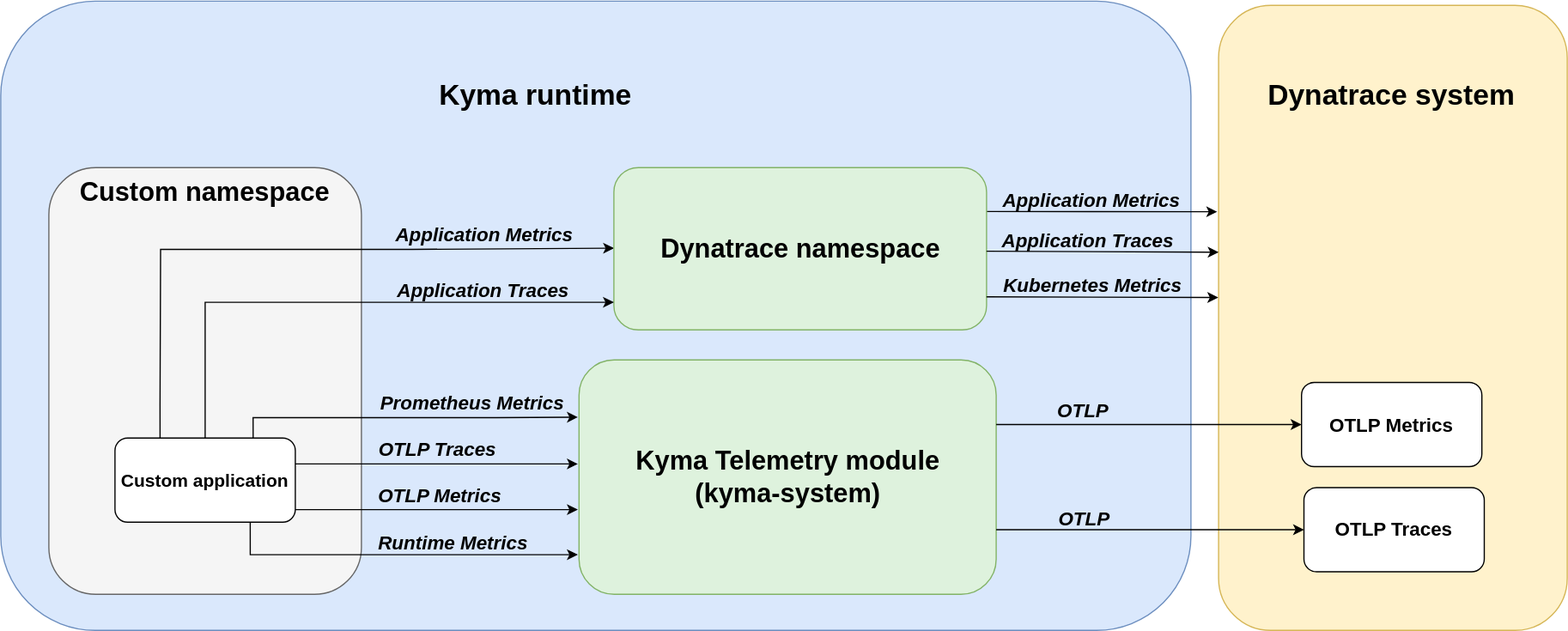
Earlier version of the draw.io export docs/user/assets/dynatrace-integration-diagram.svg (kyma-project/telemetry-manager). Source tidied: cells renumbered, new cells last; positions are measured from the earlier drawing's top-left corner, leaving out a move shared by most shapes.
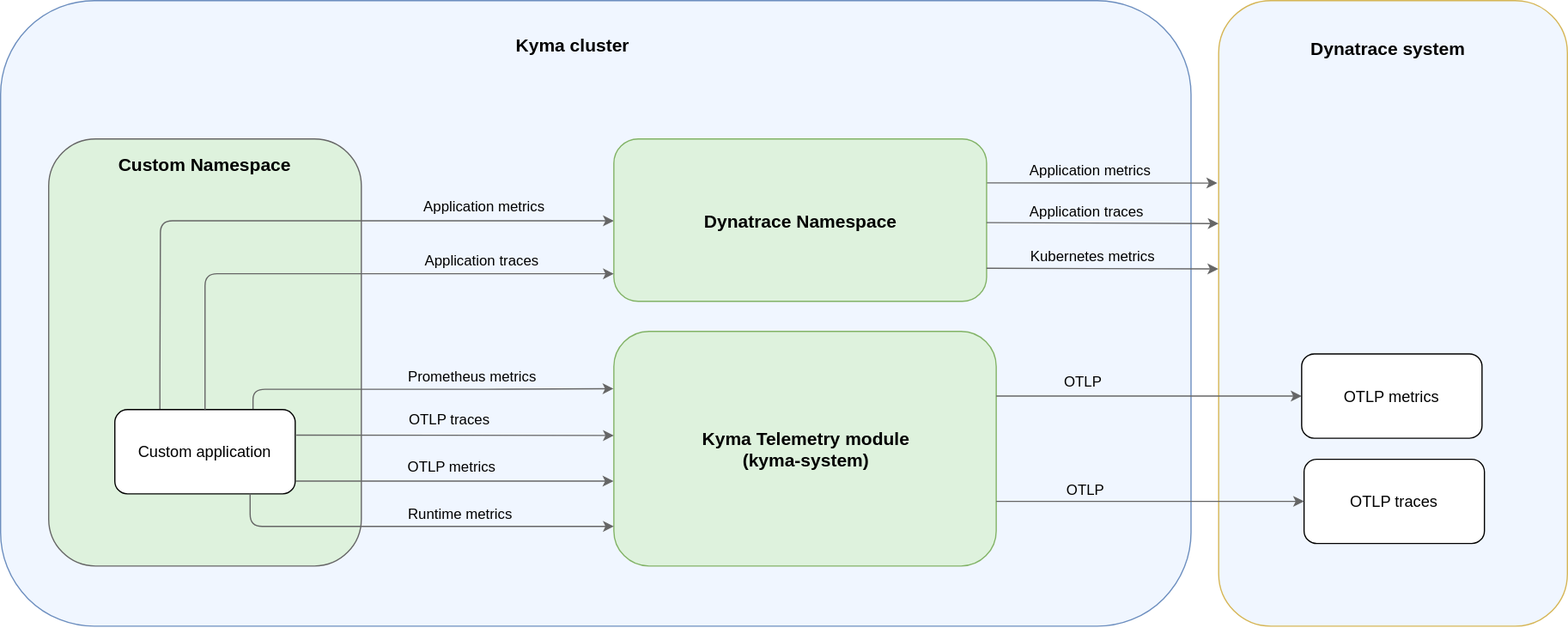
The same file after the commit.

Diff of the diagram source:
```diff
@@ -1,136 +1,132 @@
-<mxGraphModel>
+<mxGraphModel background="#FFFFFF">
   <root>
     <mxCell id="0" />
     <mxCell id="1" parent="0" />
-    <mxCell id="2" style="rounded=1;whiteSpace=wrap;html=1;fillColor=#dae8fc;strokeColor=#6c8ebf;" parent="1" vertex="1">
-      <mxGeometry y="0.5" width="990" height="523.5" as="geometry" />
+    <mxCell id="2" style="rounded=1;whiteSpace=wrap;html=1;fillColor=#F0F6FF;strokeColor=#6c8ebf;" parent="1" vertex="1">
+      <mxGeometry y="24" width="990" height="520" as="geometry" />
     </mxCell>
-    <mxCell id="3" style="rounded=1;whiteSpace=wrap;html=1;fillColor=#f5f5f5;fontColor=#333333;strokeColor=#666666;" parent="1" vertex="1">
+    <mxCell id="3" style="rounded=1;whiteSpace=wrap;html=1;fillColor=#DEF2DD;fontColor=#333333;strokeColor=#666666;" parent="1" vertex="1">
       <mxGeometry x="40" y="139" width="260" height="355" as="geometry" />
     </mxCell>
     <mxCell id="4" style="rounded=1;whiteSpace=wrap;html=1;fillColor=#DEF2DD;strokeColor=#82b366;" parent="1" vertex="1">
-      <mxGeometry x="481" y="299" width="347" height="195" as="geometry" />
+      <mxGeometry x="510" y="299" width="318" height="195" as="geometry" />
     </mxCell>
-    <mxCell id="5" style="rounded=1;whiteSpace=wrap;html=1;fillColor=#fff2cc;strokeColor=#d6b656;" parent="1" vertex="1">
-      <mxGeometry x="1013" y="4" width="290" height="520" as="geometry" />
+    <mxCell id="5" style="rounded=1;whiteSpace=wrap;html=1;fillColor=#F0F6FF;strokeColor=#d6b656;" parent="1" vertex="1">
+      <mxGeometry x="1013" y="24" width="290" height="520" as="geometry" />
     </mxCell>
-    <mxCell id="6" value="Dynatrace system" style="text;html=1;strokeColor=none;fillColor=none;align=center;verticalAlign=middle;whiteSpace=wrap;rounded=0;fontStyle=1;fontSize=24;" parent="1" vertex="1">
-      <mxGeometry x="1016" y="39" width="282" height="80" as="geometry" />
+    <mxCell id="6" value="Dynatrace system" style="text;html=1;strokeColor=none;fillColor=none;align=center;verticalAlign=middle;whiteSpace=wrap;rounded=0;fontStyle=1;fontSize=15;" parent="1" vertex="1">
+      <mxGeometry x="1013" y="24" width="282" height="80" as="geometry" />
     </mxCell>
-    <mxCell id="7" value="Kyma runtime" style="text;html=1;strokeColor=none;fillColor=none;align=center;verticalAlign=middle;whiteSpace=wrap;rounded=0;fontStyle=1;fontSize=24;" parent="1" vertex="1">
-      <mxGeometry x="360" y="64" width="170" height="30" as="geometry" />
+    <mxCell id="7" value="&lt;font style=&quot;font-size: 15px;&quot;&gt;Kyma cluster&lt;/font&gt;" style="text;html=1;strokeColor=none;fillColor=none;align=center;verticalAlign=middle;whiteSpace=wrap;rounded=0;fontStyle=1;fontSize=24;" parent="1" vertex="1">
+      <mxGeometry x="391" y="44" width="170" height="30" as="geometry" />
     </mxCell>
-    <mxCell id="8" value="Custom namespace" style="text;html=1;strokeColor=none;fillColor=none;align=center;verticalAlign=middle;whiteSpace=wrap;rounded=0;fontStyle=1;fontSize=22;" parent="1" vertex="1">
+    <mxCell id="8" value="Custom Namespace" style="text;html=1;strokeColor=none;fillColor=none;align=center;verticalAlign=middle;whiteSpace=wrap;rounded=0;fontStyle=1;fontSize=15;" parent="1" vertex="1">
       <mxGeometry x="50" y="145" width="240" height="30" as="geometry" />
     </mxCell>
-    <mxCell id="9" style="edgeStyle=none;rounded=0;jettySize=auto;html=1;exitX=1;exitY=0.5;exitDx=0;exitDy=0;entryX=0;entryY=0.5;entryDx=0;entryDy=0;" parent="1" edge="1" target="11">
+    <mxCell id="9" style="edgeStyle=none;rounded=0;jettySize=auto;html=1;exitX=1;exitY=0.5;exitDx=0;exitDy=0;entryX=0;entryY=0.5;entryDx=0;entryDy=0;strokeColor=#666666;" parent="1" edge="1" target="11">
       <mxGeometry relative="1" as="geometry">
         <mxPoint x="828" y="352.8" as="sourcePoint" />
       </mxGeometry>
     </mxCell>
-    <mxCell id="10" value="Kyma Telemetry module &lt;br&gt;(kyma-system)" style="text;html=1;strokeColor=none;fillColor=none;align=center;verticalAlign=middle;whiteSpace=wrap;rounded=0;fontStyle=1;fontSize=22;" parent="1" vertex="1">
-      <mxGeometry x="490" y="381.5" width="330" height="30" as="geometry" />
+    <mxCell id="10" value="Kyma Telemetry module &lt;br style=&quot;font-size: 15px;&quot;&gt;(kyma-system)" style="text;html=1;strokeColor=none;fillColor=none;align=center;verticalAlign=middle;whiteSpace=wrap;rounded=0;fontStyle=1;fontSize=15;" parent="1" vertex="1">
+      <mxGeometry x="520" y="381.5" width="300" height="30" as="geometry" />
     </mxCell>
-    <mxCell id="11" value="OTLP Metrics" style="rounded=1;whiteSpace=wrap;html=1;fontSize=16;fontStyle=1;" parent="1" vertex="1">
+    <mxCell id="11" value="OTLP metrics" style="rounded=1;whiteSpace=wrap;html=1;fontSize=13;fontStyle=0;" parent="1" vertex="1">
       <mxGeometry x="1082" y="317.8" width="150" height="70" as="geometry" />
     </mxCell>
-    <mxCell id="12" value="OTLP Traces" style="rounded=1;whiteSpace=wrap;html=1;fontSize=16;fontStyle=1;" parent="1" vertex="1">
+    <mxCell id="12" value="OTLP traces" style="rounded=1;whiteSpace=wrap;html=1;fontSize=13;fontStyle=0;" parent="1" vertex="1">
       <mxGeometry x="1084" y="405.2" width="150" height="70" as="geometry" />
     </mxCell>
-    <mxCell id="13" style="edgeStyle=orthogonalEdgeStyle;rounded=0;jettySize=auto;html=1;exitX=0.25;exitY=0;exitDx=0;exitDy=0;entryX=-0.006;entryY=0.696;entryDx=0;entryDy=0;entryPerimeter=0;" parent="1" edge="1" source="20">
+    <mxCell id="13" style="edgeStyle=orthogonalEdgeStyle;rounded=1;jettySize=auto;html=1;exitX=0.25;exitY=0;exitDx=0;exitDy=0;entryX=0;entryY=0.5;entryDx=0;entryDy=0;strokeColor=#666666;" parent="1" edge="1" source="20" target="23">
       <mxGeometry relative="1" as="geometry">
-        <mxPoint x="510.1" y="206" as="targetPoint" />
         <Array as="points">
           <mxPoint x="133" y="337" />
           <mxPoint x="133" y="337" />
           <mxPoint x="133" y="207" />
-          <mxPoint x="342" y="207" />
+          <mxPoint x="510" y="207" />
         </Array>
       </mxGeometry>
     </mxCell>
-    <mxCell id="14" value="Application Metrics" style="edgeLabel;html=1;align=center;verticalAlign=middle;fontStyle=3;fontSize=16;labelBackgroundColor=none;" parent="13" vertex="1">
+    <mxCell id="14" value="Application metrics" style="edgeLabel;html=1;align=center;verticalAlign=middle;fontStyle=0;fontSize=12;labelBackgroundColor=none;" parent="13" vertex="1">
       <mxGeometry x="0.43" y="3" relative="1" as="geometry">
         <mxPoint x="42" y="-9" as="offset" />
       </mxGeometry>
     </mxCell>
-    <mxCell id="15" style="edgeStyle=none;rounded=0;orthogonalLoop=1;jettySize=auto;html=1;exitX=1;exitY=0.25;exitDx=0;exitDy=0;entryX=0;entryY=0.25;entryDx=0;entryDy=0;" parent="1" edge="1">
+    <mxCell id="15" style="edgeStyle=none;rounded=1;jettySize=auto;html=1;exitX=1.006;exitY=0.302;exitDx=0;exitDy=0;entryX=0;entryY=0.25;entryDx=0;entryDy=0;strokeColor=#666666;exitPerimeter=0;" parent="1" edge="1" source="20">
       <mxGeometry relative="1" as="geometry">
-        <mxPoint x="245" y="385.5" as="sourcePoint" />
-        <mxPoint x="480" y="385.5" as="targetPoint" />
+        <mxPoint x="510" y="385.5" as="targetPoint" />
       </mxGeometry>
     </mxCell>
-    <mxCell id="16" value="OTLP Traces" style="edgeLabel;html=1;align=center;verticalAlign=middle;labelBackgroundColor=none;fontStyle=3;fontSize=16;" parent="15" vertex="1">
+    <mxCell id="16" value="OTLP traces" style="edgeLabel;html=1;align=center;verticalAlign=middle;labelBackgroundColor=none;fontStyle=0;fontSize=12;" parent="15" vertex="1">
       <mxGeometry x="-0.29" y="2" relative="1" as="geometry">
-        <mxPoint x="34" y="-11" as="offset" />
+        <mxPoint x="32" y="-11" as="offset" />
       </mxGeometry>
     </mxCell>
-    <mxCell id="17" style="edgeStyle=none;rounded=0;orthogonalLoop=1;jettySize=auto;html=1;exitX=1;exitY=0.75;exitDx=0;exitDy=0;entryX=0;entryY=0.75;entryDx=0;entryDy=0;" parent="1" edge="1">
-      <mxGeometry relative="1" as="geometry">
-        <mxPoint x="245" y="423.5" as="sourcePoint" />
-        <mxPoint x="480" y="423.5" as="targetPoint" />
-      </mxGeometry>
+    <mxCell id="17" style="edgeStyle=none;rounded=1;jettySize=auto;html=1;exitX=1.004;exitY=0.849;exitDx=0;exitDy=0;entryX=-0.001;entryY=0.638;entryDx=0;entryDy=0;strokeColor=#666666;entryPerimeter=0;exitPerimeter=0;" parent="1" edge="1" source="20" target="4">
+      <mxGeometry relative="1" as="geometry" />
     </mxCell>
-    <mxCell id="18" value="OTLP Metrics" style="edgeLabel;html=1;align=center;verticalAlign=middle;fontSize=16;fontStyle=3;labelBackgroundColor=none;" parent="17" vertex="1">
+    <mxCell id="18" value="OTLP metrics" style="edgeLabel;html=1;align=center;verticalAlign=middle;fontSize=12;fontStyle=0;labelBackgroundColor=none;" parent="17" vertex="1">
       <mxGeometry x="-0.1" y="2" relative="1" as="geometry">
-        <mxPoint x="14" y="-10" as="offset" />
+        <mxPoint x="10" y="-10" as="offset" />
       </mxGeometry>
     </mxCell>
-    <mxCell id="19" style="edgeStyle=orthogonalEdgeStyle;rounded=0;orthogonalLoop=1;jettySize=auto;html=1;exitX=0.75;exitY=0;exitDx=0;exitDy=0;entryX=-0.007;entryY=0.244;entryDx=0;entryDy=0;entryPerimeter=0;" parent="1" edge="1">
+    <mxCell id="19" style="edgeStyle=orthogonalEdgeStyle;rounded=1;jettySize=auto;html=1;exitX=0.75;exitY=0;exitDx=0;exitDy=0;entryX=-0.001;entryY=0.244;entryDx=0;entryDy=0;entryPerimeter=0;strokeColor=#666666;" parent="1" edge="1" target="4">
       <mxGeometry relative="1" as="geometry">
         <mxPoint x="209.9" y="364" as="sourcePoint" />
-        <mxPoint x="480" y="346.6" as="targetPoint" />
         <Array as="points">
           <mxPoint x="210" y="347" />
           <mxPoint x="412" y="347" />
         </Array>
       </mxGeometry>
     </mxCell>
-    <mxCell id="20" value="Custom application" style="rounded=1;whiteSpace=wrap;html=1;fontSize=15;fontStyle=1;" parent="1" vertex="1">
+    <mxCell id="20" value="Custom application" style="rounded=1;whiteSpace=wrap;html=1;fontSize=13;fontStyle=0;" parent="1" vertex="1">
       <mxGeometry x="95" y="364" width="150" height="70" as="geometry" />
     </mxCell>
-    <mxCell id="21" style="rounded=0;orthogonalLoop=1;jettySize=auto;html=1;exitX=1;exitY=0.5;exitDx=0;exitDy=0;entryX=-0.004;entryY=0.317;entryDx=0;entryDy=0;entryPerimeter=0;" parent="1" edge="1">
+    <mxCell id="21" style="rounded=0;orthogonalLoop=1;jettySize=auto;html=1;exitX=1;exitY=0.5;exitDx=0;exitDy=0;entryX=-0.004;entryY=0.317;entryDx=0;entryDy=0;entryPerimeter=0;strokeColor=#666666;" parent="1" edge="1">
       <mxGeometry relative="1" as="geometry">
         <mxPoint x="820" y="175.5" as="sourcePoint" />
         <mxPoint x="1011.8" y="175.7" as="targetPoint" />
       </mxGeometry>
     </mxCell>
-    <mxCell id="22" value="Application Metrics" style="edgeLabel;html=1;align=center;verticalAlign=middle;fontStyle=3;labelBackgroundColor=none;fontSize=16;" parent="21" vertex="1">
+    <mxCell id="22" value="Application metrics" style="edgeLabel;html=1;align=center;verticalAlign=middle;fontStyle=0;labelBackgroundColor=none;fontSize=12;" parent="21" vertex="1">
       <mxGeometry x="0.22" y="2" relative="1" as="geometry">
-        <mxPoint x="-30" y="-8" as="offset" />
+        <mxPoint x="-31" y="-8" as="offset" />
       </mxGeometry>
     </mxCell>
     <mxCell id="23" style="rounded=1;whiteSpace=wrap;html=1;fillColor=#DEF2DD;strokeColor=#82b366;" parent="1" vertex="1">
       <mxGeometry x="510" y="139" width="310" height="135" as="geometry" />
     </mxCell>
-    <mxCell id="24" value="Dynatrace namespace" style="text;html=1;strokeColor=none;fillColor=none;align=center;verticalAlign=middle;whiteSpace=wrap;rounded=0;fontStyle=1;fontSize=22;" parent="1" vertex="1">
+    <mxCell id="24" value="Dynatrace Namespace" style="text;html=1;strokeColor=none;fillColor=none;align=center;verticalAlign=middle;whiteSpace=wrap;rounded=0;fontStyle=1;fontSize=15;" parent="1" vertex="1">
       <mxGeometry x="519.5" y="191.5" width="291" height="30" as="geometry" />
     </mxCell>
-    <mxCell id="25" value="&lt;font style=&quot;font-size: 16px;&quot;&gt;OTLP&lt;/font&gt;" style="edgeLabel;html=1;align=center;verticalAlign=middle;fontStyle=3;labelBackgroundColor=none;fontSize=14;" parent="1" vertex="1">
+    <mxCell id="25" value="&lt;font style=&quot;font-size: 12px;&quot;&gt;OTLP&lt;/font&gt;" style="edgeLabel;html=1;align=center;verticalAlign=middle;fontStyle=0;labelBackgroundColor=none;fontSize=12;" parent="1" vertex="1">
       <mxGeometry x="890" y="338" as="geometry">
         <mxPoint x="9" y="2" as="offset" />
       </mxGeometry>
     </mxCell>
-    <mxCell id="26" value="&lt;font style=&quot;font-size: 16px;&quot;&gt;OTLP&lt;/font&gt;" style="edgeLabel;html=1;align=center;verticalAlign=middle;fontStyle=3;labelBackgroundColor=none;fontSize=14;" parent="1" vertex="1">
-      <mxGeometry x="900" y="430" as="geometry" />
+    <mxCell id="26" value="&lt;font style=&quot;font-size: 12px;&quot;&gt;OTLP&lt;/font&gt;" style="edgeLabel;html=1;align=center;verticalAlign=middle;fontStyle=0;labelBackgroundColor=none;fontSize=12;" parent="1" vertex="1">
+      <mxGeometry x="899" y="430" as="geometry">
+        <mxPoint x="2" as="offset" />
+      </mxGeometry>
     </mxCell>
-    <mxCell id="27" style="endArrow=classic;html=1;rounded=0;entryX=0;entryY=0.75;entryDx=0;entryDy=0;edgeStyle=orthogonalEdgeStyle;exitX=0.75;exitY=1;exitDx=0;exitDy=0;" parent="1" edge="1" source="20">
+    <mxCell id="27" style="endArrow=classic;html=1;rounded=1;edgeStyle=orthogonalEdgeStyle;exitX=0.75;exitY=1;exitDx=0;exitDy=0;strokeColor=#666666;" parent="1" edge="1" source="20">
       <mxGeometry relative="1" as="geometry">
-        <mxPoint x="480" y="461.3" as="targetPoint" />
+        <mxPoint x="510" y="461" as="targetPoint" />
         <Array as="points">
           <mxPoint x="208" y="461" />
-          <mxPoint x="480" y="461" />
+          <mxPoint x="490" y="461" />
         </Array>
       </mxGeometry>
     </mxCell>
-    <mxCell id="28" value="Runtime Metrics" style="edgeLabel;html=1;align=center;verticalAlign=middle;fontStyle=3;fontSize=16;labelBackgroundColor=none;" parent="27" vertex="1">
+    <mxCell id="28" value="Runtime metrics" style="edgeLabel;html=1;align=center;verticalAlign=middle;fontStyle=0;fontSize=12;labelBackgroundColor=none;" parent="27" vertex="1">
       <mxGeometry x="0.17" relative="1" as="geometry">
-        <mxPoint x="20" y="-11" as="offset" />
+        <mxPoint x="8" y="-11" as="offset" />
       </mxGeometry>
     </mxCell>
-    <mxCell id="29" value="Prometheus Metrics" style="edgeLabel;html=1;align=center;verticalAlign=middle;fontSize=16;fontStyle=3;labelBackgroundColor=none;" parent="1" vertex="1">
+    <mxCell id="29" value="&lt;span style=&quot;font-weight: normal; font-style: normal;&quot;&gt;&lt;font style=&quot;font-size: 12px;&quot;&gt;Prometheus metrics&lt;/font&gt;&lt;/span&gt;" style="edgeLabel;html=1;align=center;verticalAlign=middle;fontSize=16;fontStyle=3;labelBackgroundColor=none;" parent="1" vertex="1">
       <mxGeometry x="391" y="334" as="geometry" />
     </mxCell>
-    <mxCell id="30" style="edgeStyle=orthogonalEdgeStyle;rounded=0;jettySize=auto;html=1;exitX=0.5;exitY=0;exitDx=0;exitDy=0;entryX=-0.006;entryY=0.696;entryDx=0;entryDy=0;entryPerimeter=0;" parent="1" edge="1" source="20">
+    <mxCell id="30" style="edgeStyle=orthogonalEdgeStyle;rounded=1;jettySize=auto;html=1;exitX=0.5;exitY=0;exitDx=0;exitDy=0;entryX=-0.006;entryY=0.696;entryDx=0;entryDy=0;entryPerimeter=0;strokeColor=#666666;" parent="1" edge="1" source="20">
       <mxGeometry relative="1" as="geometry">
         <mxPoint x="510" y="250" as="targetPoint" />
         <Array as="points">
@@ -139,34 +135,34 @@
         </Array>
       </mxGeometry>
     </mxCell>
-    <mxCell id="31" value="Application Traces" style="edgeLabel;html=1;align=center;verticalAlign=middle;fontStyle=3;fontSize=16;labelBackgroundColor=none;" parent="30" vertex="1">
+    <mxCell id="31" value="Application traces" style="edgeLabel;html=1;align=center;verticalAlign=middle;fontStyle=0;fontSize=12;labelBackgroundColor=none;" parent="30" vertex="1">
       <mxGeometry x="0.43" y="3" relative="1" as="geometry">
-        <mxPoint x="18" y="-8" as="offset" />
+        <mxPoint x="16" y="-8" as="offset" />
       </mxGeometry>
     </mxCell>
-    <mxCell id="32" style="rounded=0;orthogonalLoop=1;jettySize=auto;html=1;exitX=1;exitY=0.5;exitDx=0;exitDy=0;entryX=-0.001;entryY=0.457;entryDx=0;entryDy=0;entryPerimeter=0;" parent="1" edge="1">
+    <mxCell id="32" style="rounded=0;orthogonalLoop=1;jettySize=auto;html=1;exitX=1;exitY=0.5;exitDx=0;exitDy=0;entryX=-0.001;entryY=0.457;entryDx=0;entryDy=0;entryPerimeter=0;strokeColor=#666666;" parent="1" edge="1">
       <mxGeometry relative="1" as="geometry">
         <mxPoint x="820" y="246.5" as="sourcePoint" />
         <mxPoint x="1012.7" y="247.1" as="targetPoint" />
       </mxGeometry>
     </mxCell>
-    <mxCell id="33" value="Kubernetes Metrics" style="edgeLabel;html=1;align=center;verticalAlign=middle;fontSize=16;fontStyle=3;labelBackgroundColor=none;" parent="32" vertex="1">
+    <mxCell id="33" value="Kubernetes metrics" style="edgeLabel;html=1;align=center;verticalAlign=middle;fontSize=12;fontStyle=0;labelBackgroundColor=none;" parent="32" vertex="1">
       <mxGeometry x="0.22" y="2" relative="1" as="geometry">
         <mxPoint x="-30" y="-8" as="offset" />
       </mxGeometry>
     </mxCell>
-    <mxCell id="34" style="rounded=0;orthogonalLoop=1;jettySize=auto;html=1;exitX=1;exitY=0.5;exitDx=0;exitDy=0;entryX=0;entryY=0.383;entryDx=0;entryDy=0;entryPerimeter=0;" parent="1" edge="1">
+    <mxCell id="34" style="rounded=0;orthogonalLoop=1;jettySize=auto;html=1;exitX=1;exitY=0.5;exitDx=0;exitDy=0;entryX=0;entryY=0.383;entryDx=0;entryDy=0;entryPerimeter=0;strokeColor=#666666;" parent="1" edge="1">
       <mxGeometry relative="1" as="geometry">
         <mxPoint x="820" y="208.5" as="sourcePoint" />
         <mxPoint x="1013" y="209.3" as="targetPoint" />
       </mxGeometry>
     </mxCell>
-    <mxCell id="35" value="Application Traces" style="edgeLabel;html=1;align=center;verticalAlign=middle;fontStyle=3;labelBackgroundColor=none;fontSize=16;" parent="34" vertex="1">
+    <mxCell id="35" value="Application traces" style="edgeLabel;html=1;align=center;verticalAlign=middle;fontStyle=0;labelBackgroundColor=none;fontSize=12;" parent="34" vertex="1">
       <mxGeometry x="0.22" y="2" relative="1" as="geometry">
-        <mxPoint x="-34" y="-8" as="offset" />
+        <mxPoint x="-35" y="-8" as="offset" />
       </mxGeometry>
     </mxCell>
-    <mxCell id="36" style="edgeStyle=none;rounded=0;jettySize=auto;html=1;exitX=1;exitY=0.5;exitDx=0;exitDy=0;entryX=0;entryY=0.5;entryDx=0;entryDy=0;" parent="1" edge="1" target="12">
+    <mxCell id="36" style="edgeStyle=none;rounded=0;jettySize=auto;html=1;exitX=1;exitY=0.5;exitDx=0;exitDy=0;entryX=0;entryY=0.5;entryDx=0;entryDy=0;strokeColor=#666666;" parent="1" edge="1" target="12">
       <mxGeometry relative="1" as="geometry">
         <mxPoint x="828" y="440.2" as="sourcePoint" />
       </mxGeometry>
```
